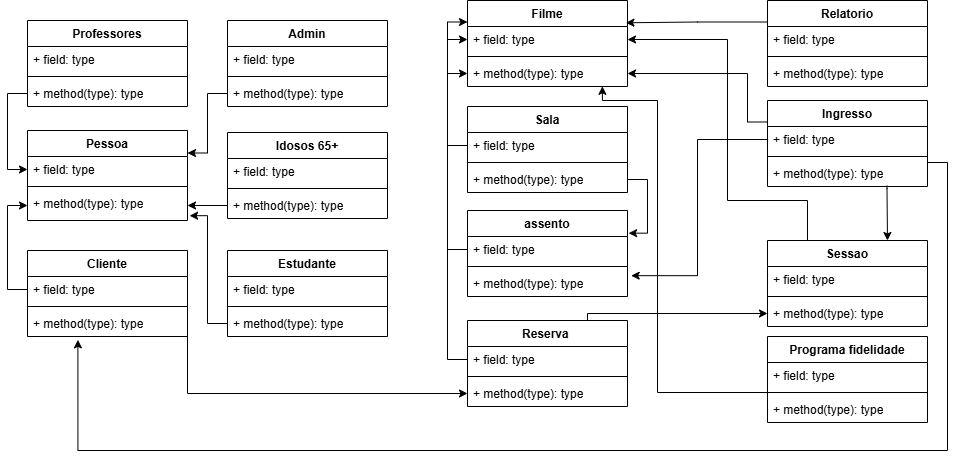
Earlier version of the draw.io export Diagramas/diagrama de classes.png (PCunh/CC6522-MOD.DE-SOFT.ORIENT.A-OBJETOS-). Source tidied: cells renumbered, new cells last; positions are measured from the earlier drawing's top-left corner, leaving out a move shared by most shapes.
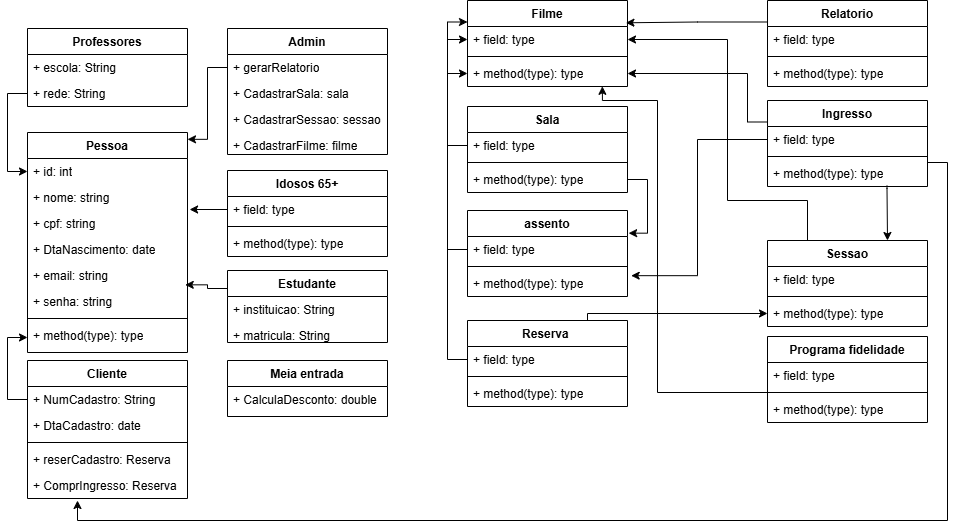
Above is the later version.

The edit, as a diff of the source:
```diff
@@ -3,55 +3,76 @@
     <mxCell id="0" />
     <mxCell id="1" parent="0" />
     <mxCell id="2" value="Pessoa" style="swimlane;fontStyle=1;align=center;verticalAlign=top;horizontal=1;startSize=26;whiteSpace=wrap;html=1;" parent="1" vertex="1">
-      <mxGeometry y="130" width="160" height="90" as="geometry" />
+      <mxGeometry y="132" width="160" height="220" as="geometry" />
     </mxCell>
-    <mxCell id="3" value="+ field: type" style="text;strokeColor=none;fillColor=none;align=left;verticalAlign=top;spacingLeft=4;spacingRight=4;overflow=hidden;points=[[0,0.5],[1,0.5]];portConstraint=eastwest;whiteSpace=wrap;html=1;" parent="2" vertex="1">
+    <mxCell id="3" value="+ id: int" style="text;strokeColor=none;fillColor=none;align=left;verticalAlign=top;spacingLeft=4;spacingRight=4;overflow=hidden;points=[[0,0.5],[1,0.5]];portConstraint=eastwest;whiteSpace=wrap;html=1;" parent="2" vertex="1">
       <mxGeometry y="26" width="160" height="26" as="geometry" />
     </mxCell>
+    <mxCell id="76" value="+ nome: string" style="text;strokeColor=none;fillColor=none;align=left;verticalAlign=top;spacingLeft=4;spacingRight=4;overflow=hidden;points=[[0,0.5],[1,0.5]];portConstraint=eastwest;whiteSpace=wrap;html=1;" parent="2" vertex="1">
+      <mxGeometry y="52" width="160" height="26" as="geometry" />
+    </mxCell>
+    <mxCell id="77" value="+ cpf: string" style="text;strokeColor=none;fillColor=none;align=left;verticalAlign=top;spacingLeft=4;spacingRight=4;overflow=hidden;whiteSpace=wrap;html=1;" parent="2" vertex="1">
+      <mxGeometry y="78" width="160" height="26" as="geometry" />
+    </mxCell>
+    <mxCell id="78" value="+ DtaNascimento: date" style="text;strokeColor=none;fillColor=none;align=left;verticalAlign=top;spacingLeft=4;spacingRight=4;overflow=hidden;whiteSpace=wrap;html=1;" parent="2" vertex="1">
+      <mxGeometry y="104" width="160" height="26" as="geometry" />
+    </mxCell>
+    <mxCell id="79" value="+ email: string" style="text;strokeColor=none;fillColor=none;align=left;verticalAlign=top;spacingLeft=4;spacingRight=4;overflow=hidden;points=[[0,0.5],[1,0.5]];portConstraint=eastwest;whiteSpace=wrap;html=1;" parent="2" vertex="1">
+      <mxGeometry y="130" width="160" height="26" as="geometry" />
+    </mxCell>
+    <mxCell id="80" value="+ senha: string" style="text;strokeColor=none;fillColor=none;align=left;verticalAlign=top;spacingLeft=4;spacingRight=4;overflow=hidden;whiteSpace=wrap;html=1;" parent="2" vertex="1">
+      <mxGeometry y="156" width="160" height="26" as="geometry" />
+    </mxCell>
     <mxCell id="4" style="line;strokeWidth=1;fillColor=none;align=left;verticalAlign=middle;spacingTop=-1;spacingLeft=3;spacingRight=3;labelPosition=right;strokeColor=inherit;" parent="2" vertex="1">
-      <mxGeometry y="52" width="160" height="8" as="geometry" />
+      <mxGeometry y="182" width="160" height="8" as="geometry" />
     </mxCell>
     <mxCell id="5" value="+ method(type): type" style="text;strokeColor=none;fillColor=none;align=left;verticalAlign=top;spacingLeft=4;spacingRight=4;overflow=hidden;points=[[0,0.5],[1,0.5]];portConstraint=eastwest;whiteSpace=wrap;html=1;" parent="2" vertex="1">
-      <mxGeometry y="60" width="160" height="30" as="geometry" />
+      <mxGeometry y="190" width="160" height="30" as="geometry" />
     </mxCell>
     <mxCell id="6" value="Cliente" style="swimlane;fontStyle=1;align=center;verticalAlign=top;horizontal=1;startSize=26;whiteSpace=wrap;html=1;" parent="1" vertex="1">
-      <mxGeometry y="250" width="160" height="86" as="geometry" />
+      <mxGeometry y="360" width="160" height="138" as="geometry" />
     </mxCell>
-    <mxCell id="7" value="+ field: type" style="text;strokeColor=none;fillColor=none;align=left;verticalAlign=top;spacingLeft=4;spacingRight=4;overflow=hidden;points=[[0,0.5],[1,0.5]];portConstraint=eastwest;whiteSpace=wrap;html=1;" parent="6" vertex="1">
+    <mxCell id="7" value="+ NumCadastro: String" style="text;strokeColor=none;fillColor=none;align=left;verticalAlign=top;spacingLeft=4;spacingRight=4;overflow=hidden;points=[[0,0.5],[1,0.5]];portConstraint=eastwest;whiteSpace=wrap;html=1;" parent="6" vertex="1">
       <mxGeometry y="26" width="160" height="26" as="geometry" />
     </mxCell>
+    <mxCell id="81" value="+ DtaCadastro: date" style="text;strokeColor=none;fillColor=none;align=left;verticalAlign=top;spacingLeft=4;spacingRight=4;overflow=hidden;whiteSpace=wrap;html=1;" parent="6" vertex="1">
+      <mxGeometry y="52" width="160" height="26" as="geometry" />
+    </mxCell>
     <mxCell id="8" style="line;strokeWidth=1;fillColor=none;align=left;verticalAlign=middle;spacingTop=-1;spacingLeft=3;spacingRight=3;labelPosition=right;strokeColor=inherit;" parent="6" vertex="1">
-      <mxGeometry y="52" width="160" height="8" as="geometry" />
+      <mxGeometry y="78" width="160" height="8" as="geometry" />
     </mxCell>
-    <mxCell id="9" value="+ method(type): type" style="text;strokeColor=none;fillColor=none;align=left;verticalAlign=top;spacingLeft=4;spacingRight=4;overflow=hidden;points=[[0,0.5],[1,0.5]];portConstraint=eastwest;whiteSpace=wrap;html=1;" parent="6" vertex="1">
-      <mxGeometry y="60" width="160" height="26" as="geometry" />
+    <mxCell id="9" value="+ reserCadastro: Reserva" style="text;strokeColor=none;fillColor=none;align=left;verticalAlign=top;spacingLeft=4;spacingRight=4;overflow=hidden;points=[[0,0.5],[1,0.5]];portConstraint=eastwest;whiteSpace=wrap;html=1;" parent="6" vertex="1">
+      <mxGeometry y="86" width="160" height="26" as="geometry" />
     </mxCell>
+    <mxCell id="82" value="+ ComprIngresso: Reserva" style="text;strokeColor=none;fillColor=none;align=left;verticalAlign=top;spacingLeft=4;spacingRight=4;overflow=hidden;whiteSpace=wrap;html=1;" parent="6" vertex="1">
+      <mxGeometry y="112" width="160" height="26" as="geometry" />
+    </mxCell>
     <mxCell id="10" value="Admin" style="swimlane;fontStyle=1;align=center;verticalAlign=top;horizontal=1;startSize=26;whiteSpace=wrap;html=1;" parent="1" vertex="1">
-      <mxGeometry x="200" y="20" width="160" height="86" as="geometry" />
+      <mxGeometry x="200" y="28" width="160" height="126" as="geometry" />
     </mxCell>
-    <mxCell id="11" value="+ field: type" style="text;strokeColor=none;fillColor=none;align=left;verticalAlign=top;spacingLeft=4;spacingRight=4;overflow=hidden;whiteSpace=wrap;html=1;" parent="10" vertex="1">
-      <mxGeometry y="26" width="160" height="26" as="geometry" />
-    </mxCell>
-    <mxCell id="12" style="line;strokeWidth=1;fillColor=none;align=left;verticalAlign=middle;spacingTop=-1;spacingLeft=3;spacingRight=3;labelPosition=right;strokeColor=inherit;" parent="10" vertex="1">
-      <mxGeometry y="52" width="160" height="8" as="geometry" />
-    </mxCell>
+    <mxCell id="83" value="+ gerarRelatorio" style="text;strokeColor=none;fillColor=none;align=left;verticalAlign=top;spacingLeft=4;spacingRight=4;overflow=hidden;points=[[0,0.5],[1,0.5]];portConstraint=eastwest;whiteSpace=wrap;html=1;" parent="10" vertex="1">
+      <mxGeometry y="26" width="160" height="26" as="geometry" />
+    </mxCell>
+    <mxCell id="84" value="+ CadastrarSala: sala" style="text;strokeColor=none;fillColor=none;align=left;verticalAlign=top;spacingLeft=4;spacingRight=4;overflow=hidden;whiteSpace=wrap;html=1;" parent="10" vertex="1">
+      <mxGeometry y="52" width="160" height="26" as="geometry" />
+    </mxCell>
+    <mxCell id="85" value="+ CadastrarSessao: sessao" style="text;strokeColor=none;fillColor=none;align=left;verticalAlign=top;spacingLeft=4;spacingRight=4;overflow=hidden;whiteSpace=wrap;html=1;" parent="10" vertex="1">
+      <mxGeometry y="78" width="160" height="26" as="geometry" />
+    </mxCell>
-    <mxCell id="13" value="+ method(type): type" style="text;strokeColor=none;fillColor=none;align=left;verticalAlign=top;spacingLeft=4;spacingRight=4;overflow=hidden;points=[[0,0.5],[1,0.5]];portConstraint=eastwest;whiteSpace=wrap;html=1;" parent="10" vertex="1">
-      <mxGeometry y="60" width="160" height="26" as="geometry" />
+    <mxCell id="13" value="+ CadastrarFilme: filme" style="text;strokeColor=none;fillColor=none;align=left;verticalAlign=top;spacingLeft=4;spacingRight=4;overflow=hidden;points=[[0,0.5],[1,0.5]];portConstraint=eastwest;whiteSpace=wrap;html=1;" parent="10" vertex="1">
+      <mxGeometry y="104" width="160" height="22" as="geometry" />
     </mxCell>
     <mxCell id="14" value="Estudante" style="swimlane;fontStyle=1;align=center;verticalAlign=top;horizontal=1;startSize=26;whiteSpace=wrap;html=1;" parent="1" vertex="1">
-      <mxGeometry x="200" y="250" width="160" height="86" as="geometry" />
+      <mxGeometry x="200" y="270" width="160" height="72" as="geometry" />
     </mxCell>
+    <mxCell id="86" value="+ instituicao: String" style="text;strokeColor=none;fillColor=none;align=left;verticalAlign=top;spacingLeft=4;spacingRight=4;overflow=hidden;whiteSpace=wrap;html=1;" parent="14" vertex="1">
+      <mxGeometry y="26" width="160" height="26" as="geometry" />
+    </mxCell>
-    <mxCell id="15" value="+ field: type" style="text;strokeColor=none;fillColor=none;align=left;verticalAlign=top;spacingLeft=4;spacingRight=4;overflow=hidden;whiteSpace=wrap;html=1;" parent="14" vertex="1">
-      <mxGeometry y="26" width="160" height="26" as="geometry" />
+    <mxCell id="15" value="+ matricula: String" style="text;strokeColor=none;fillColor=none;align=left;verticalAlign=top;spacingLeft=4;spacingRight=4;overflow=hidden;whiteSpace=wrap;html=1;" parent="14" vertex="1">
+      <mxGeometry y="52" width="160" height="20" as="geometry" />
     </mxCell>
-    <mxCell id="16" style="line;strokeWidth=1;fillColor=none;align=left;verticalAlign=middle;spacingTop=-1;spacingLeft=3;spacingRight=3;labelPosition=right;strokeColor=inherit;" parent="14" vertex="1">
-      <mxGeometry y="52" width="160" height="8" as="geometry" />
-    </mxCell>
-    <mxCell id="17" value="+ method(type): type" style="text;strokeColor=none;fillColor=none;align=left;verticalAlign=top;spacingLeft=4;spacingRight=4;overflow=hidden;points=[[0,0.5],[1,0.5]];portConstraint=eastwest;whiteSpace=wrap;html=1;" parent="14" vertex="1">
-      <mxGeometry y="60" width="160" height="26" as="geometry" />
-    </mxCell>
     <mxCell id="18" value="Idosos 65+" style="swimlane;fontStyle=1;align=center;verticalAlign=top;horizontal=1;startSize=26;whiteSpace=wrap;html=1;" parent="1" vertex="1">
-      <mxGeometry x="200" y="132" width="160" height="86" as="geometry" />
+      <mxGeometry x="200" y="170" width="160" height="86" as="geometry" />
     </mxCell>
     <mxCell id="19" value="+ field: type" style="text;strokeColor=none;fillColor=none;align=left;verticalAlign=top;spacingLeft=4;spacingRight=4;overflow=hidden;points=[[0,0.5],[1,0.5]];portConstraint=eastwest;whiteSpace=wrap;html=1;" parent="18" vertex="1">
       <mxGeometry y="26" width="160" height="26" as="geometry" />
@@ -63,17 +84,14 @@
       <mxGeometry y="60" width="160" height="26" as="geometry" />
     </mxCell>
     <mxCell id="22" value="Professores" style="swimlane;fontStyle=1;align=center;verticalAlign=top;horizontal=1;startSize=26;whiteSpace=wrap;html=1;" parent="1" vertex="1">
-      <mxGeometry y="20" width="160" height="86" as="geometry" />
+      <mxGeometry y="28" width="160" height="78" as="geometry" />
     </mxCell>
-    <mxCell id="23" value="+ field: type" style="text;strokeColor=none;fillColor=none;align=left;verticalAlign=top;spacingLeft=4;spacingRight=4;overflow=hidden;whiteSpace=wrap;html=1;" parent="22" vertex="1">
+    <mxCell id="23" value="+ escola: String" style="text;strokeColor=none;fillColor=none;align=left;verticalAlign=top;spacingLeft=4;spacingRight=4;overflow=hidden;whiteSpace=wrap;html=1;" parent="22" vertex="1">
       <mxGeometry y="26" width="160" height="26" as="geometry" />
     </mxCell>
-    <mxCell id="24" style="line;strokeWidth=1;fillColor=none;align=left;verticalAlign=middle;spacingTop=-1;spacingLeft=3;spacingRight=3;labelPosition=right;strokeColor=inherit;" parent="22" vertex="1">
-      <mxGeometry y="52" width="160" height="8" as="geometry" />
-    </mxCell>
-    <mxCell id="25" value="+ method(type): type" style="text;strokeColor=none;fillColor=none;align=left;verticalAlign=top;spacingLeft=4;spacingRight=4;overflow=hidden;points=[[0,0.5],[1,0.5]];portConstraint=eastwest;whiteSpace=wrap;html=1;" parent="22" vertex="1">
-      <mxGeometry y="60" width="160" height="26" as="geometry" />
-    </mxCell>
+    <mxCell id="87" value="+ rede: String" style="text;strokeColor=none;fillColor=none;align=left;verticalAlign=top;spacingLeft=4;spacingRight=4;overflow=hidden;points=[[0,0.5],[1,0.5]];portConstraint=eastwest;whiteSpace=wrap;html=1;" parent="22" vertex="1">
+      <mxGeometry y="52" width="160" height="26" as="geometry" />
+    </mxCell>
     <mxCell id="26" value="&lt;div&gt;Filme&lt;/div&gt;" style="swimlane;fontStyle=1;align=center;verticalAlign=top;horizontal=1;startSize=26;whiteSpace=wrap;html=1;" parent="1" vertex="1">
       <mxGeometry x="440" width="160" height="86" as="geometry" />
     </mxCell>
@@ -194,21 +212,9 @@
     <mxCell id="60" value="+ method(type): type" style="text;strokeColor=none;fillColor=none;align=left;verticalAlign=top;spacingLeft=4;spacingRight=4;overflow=hidden;points=[[0,0.5],[1,0.5]];portConstraint=eastwest;whiteSpace=wrap;html=1;" parent="57" vertex="1">
       <mxGeometry y="60" width="160" height="26" as="geometry" />
     </mxCell>
-    <mxCell id="61" style="edgeStyle=orthogonalEdgeStyle;rounded=0;jettySize=auto;html=1;exitX=0;exitY=0.5;exitDx=0;exitDy=0;entryX=0;entryY=0.5;entryDx=0;entryDy=0;" parent="1" edge="1" source="25" target="3">
-      <mxGeometry relative="1" as="geometry" />
-    </mxCell>
-    <mxCell id="62" style="edgeStyle=orthogonalEdgeStyle;rounded=0;jettySize=auto;html=1;exitX=0;exitY=0.5;exitDx=0;exitDy=0;entryX=1;entryY=0.25;entryDx=0;entryDy=0;" parent="1" edge="1" source="13" target="2">
-      <mxGeometry relative="1" as="geometry" />
-    </mxCell>
     <mxCell id="63" style="edgeStyle=orthogonalEdgeStyle;rounded=0;jettySize=auto;html=1;exitX=0;exitY=0.5;exitDx=0;exitDy=0;entryX=0;entryY=0.5;entryDx=0;entryDy=0;" parent="1" edge="1" source="7" target="5">
       <mxGeometry relative="1" as="geometry" />
     </mxCell>
-    <mxCell id="64" style="edgeStyle=orthogonalEdgeStyle;rounded=0;jettySize=auto;html=1;exitX=0;exitY=0.5;exitDx=0;exitDy=0;entryX=1.013;entryY=0.841;entryDx=0;entryDy=0;entryPerimeter=0;" parent="1" edge="1" source="17" target="5">
-      <mxGeometry relative="1" as="geometry" />
-    </mxCell>
-    <mxCell id="65" style="edgeStyle=orthogonalEdgeStyle;rounded=0;jettySize=auto;html=1;exitX=0;exitY=0.5;exitDx=0;exitDy=0;entryX=1;entryY=0.5;entryDx=0;entryDy=0;" parent="1" edge="1" source="21" target="5">
-      <mxGeometry relative="1" as="geometry" />
-    </mxCell>
     <mxCell id="66" style="edgeStyle=orthogonalEdgeStyle;rounded=0;jettySize=auto;html=1;exitX=0;exitY=0.5;exitDx=0;exitDy=0;entryX=0;entryY=0.5;entryDx=0;entryDy=0;" parent="1" edge="1" source="40" target="27">
       <mxGeometry relative="1" as="geometry" />
     </mxCell>
@@ -230,23 +236,17 @@
         </Array>
       </mxGeometry>
     </mxCell>
-    <mxCell id="71" style="edgeStyle=orthogonalEdgeStyle;rounded=0;jettySize=auto;html=1;exitX=1;exitY=0.5;exitDx=0;exitDy=0;entryX=0;entryY=0.5;entryDx=0;entryDy=0;" parent="1" edge="1" source="9" target="34">
-      <mxGeometry relative="1" as="geometry">
-        <Array as="points">
-          <mxPoint x="160" y="393" />
-        </Array>
-      </mxGeometry>
-    </mxCell>
     <mxCell id="72" style="edgeStyle=orthogonalEdgeStyle;rounded=0;jettySize=auto;html=1;exitX=1;exitY=0.5;exitDx=0;exitDy=0;entryX=1.007;entryY=-0.128;entryDx=0;entryDy=0;entryPerimeter=0;" parent="1" edge="1" source="42" target="48">
       <mxGeometry relative="1" as="geometry" />
     </mxCell>
-    <mxCell id="73" style="edgeStyle=orthogonalEdgeStyle;rounded=0;jettySize=auto;html=1;exitX=1;exitY=0.25;exitDx=0;exitDy=0;entryX=0.315;entryY=1.128;entryDx=0;entryDy=0;entryPerimeter=0;" parent="1" edge="1" source="57" target="9">
+    <mxCell id="73" style="edgeStyle=orthogonalEdgeStyle;rounded=0;jettySize=auto;html=1;exitX=1;exitY=0.25;exitDx=0;exitDy=0;" parent="1" edge="1" source="57">
       <mxGeometry relative="1" as="geometry">
+        <mxPoint x="50" y="500" as="targetPoint" />
         <Array as="points">
           <mxPoint x="900" y="162" />
           <mxPoint x="920" y="162" />
-          <mxPoint x="920" y="450" />
-          <mxPoint x="50" y="450" />
+          <mxPoint x="920" y="520" />
+          <mxPoint x="50" y="520" />
         </Array>
       </mxGeometry>
     </mxCell>
@@ -260,5 +260,23 @@
     <mxCell id="75" style="edgeStyle=orthogonalEdgeStyle;rounded=0;jettySize=auto;html=1;exitX=0;exitY=0.5;exitDx=0;exitDy=0;entryX=1.023;entryY=0.199;entryDx=0;entryDy=0;entryPerimeter=0;" parent="1" edge="1" source="58" target="50">
       <mxGeometry relative="1" as="geometry" />
     </mxCell>
+    <mxCell id="88" value="Meia entrada&lt;div&gt;&lt;br&gt;&lt;/div&gt;" style="swimlane;fontStyle=1;align=center;verticalAlign=top;horizontal=1;startSize=26;whiteSpace=wrap;html=1;" parent="1" vertex="1">
+      <mxGeometry x="200" y="360" width="160" height="56" as="geometry" />
+    </mxCell>
+    <mxCell id="89" value="+ CalculaDesconto: double" style="text;strokeColor=none;fillColor=none;align=left;verticalAlign=top;spacingLeft=4;spacingRight=4;overflow=hidden;whiteSpace=wrap;html=1;" parent="88" vertex="1">
+      <mxGeometry y="26" width="160" height="30" as="geometry" />
+    </mxCell>
+    <mxCell id="90" style="edgeStyle=orthogonalEdgeStyle;rounded=0;jettySize=auto;html=1;exitX=0;exitY=0.5;exitDx=0;exitDy=0;entryX=1;entryY=0.031;entryDx=0;entryDy=0;entryPerimeter=0;" parent="1" edge="1" source="83" target="2">
+      <mxGeometry relative="1" as="geometry" />
+    </mxCell>
+    <mxCell id="91" style="edgeStyle=orthogonalEdgeStyle;rounded=0;jettySize=auto;html=1;exitX=0;exitY=0.5;exitDx=0;exitDy=0;entryX=0;entryY=0.5;entryDx=0;entryDy=0;" parent="1" edge="1" source="87" target="3">
+      <mxGeometry relative="1" as="geometry" />
+    </mxCell>
+    <mxCell id="92" style="edgeStyle=orthogonalEdgeStyle;rounded=0;jettySize=auto;html=1;exitX=0;exitY=0.25;exitDx=0;exitDy=0;entryX=0.986;entryY=0.859;entryDx=0;entryDy=0;entryPerimeter=0;" parent="1" edge="1" source="14" target="79">
+      <mxGeometry relative="1" as="geometry" />
+    </mxCell>
+    <mxCell id="93" style="edgeStyle=orthogonalEdgeStyle;rounded=0;jettySize=auto;html=1;exitX=0;exitY=0.5;exitDx=0;exitDy=0;entryX=1.013;entryY=0.974;entryDx=0;entryDy=0;entryPerimeter=0;" parent="1" edge="1" source="19" target="76">
+      <mxGeometry relative="1" as="geometry" />
+    </mxCell>
   </root>
 </mxGraphModel>
```
